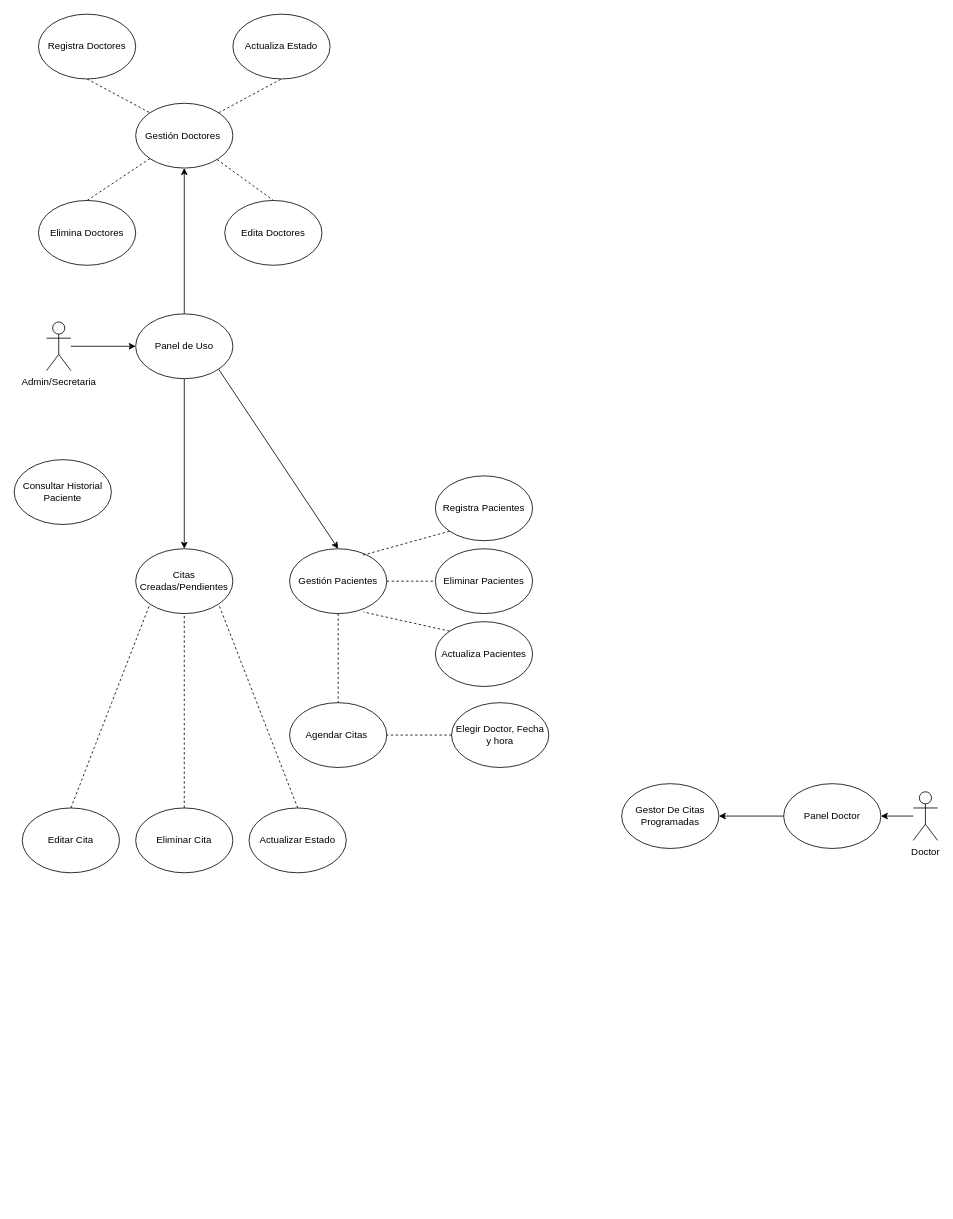
The draw.io diagram Diagrama-UML-Actors.drawio in Joseroberto19/Recursos, before the edit. Source tidied: cells renumbered, new cells numbered last; positions are measured from the earlier drawing's top-left corner, leaving out a move shared by most shapes. Both pictures are drawn from the tidied source at 81%, with x=0, y=0 at pixel (14, 14).
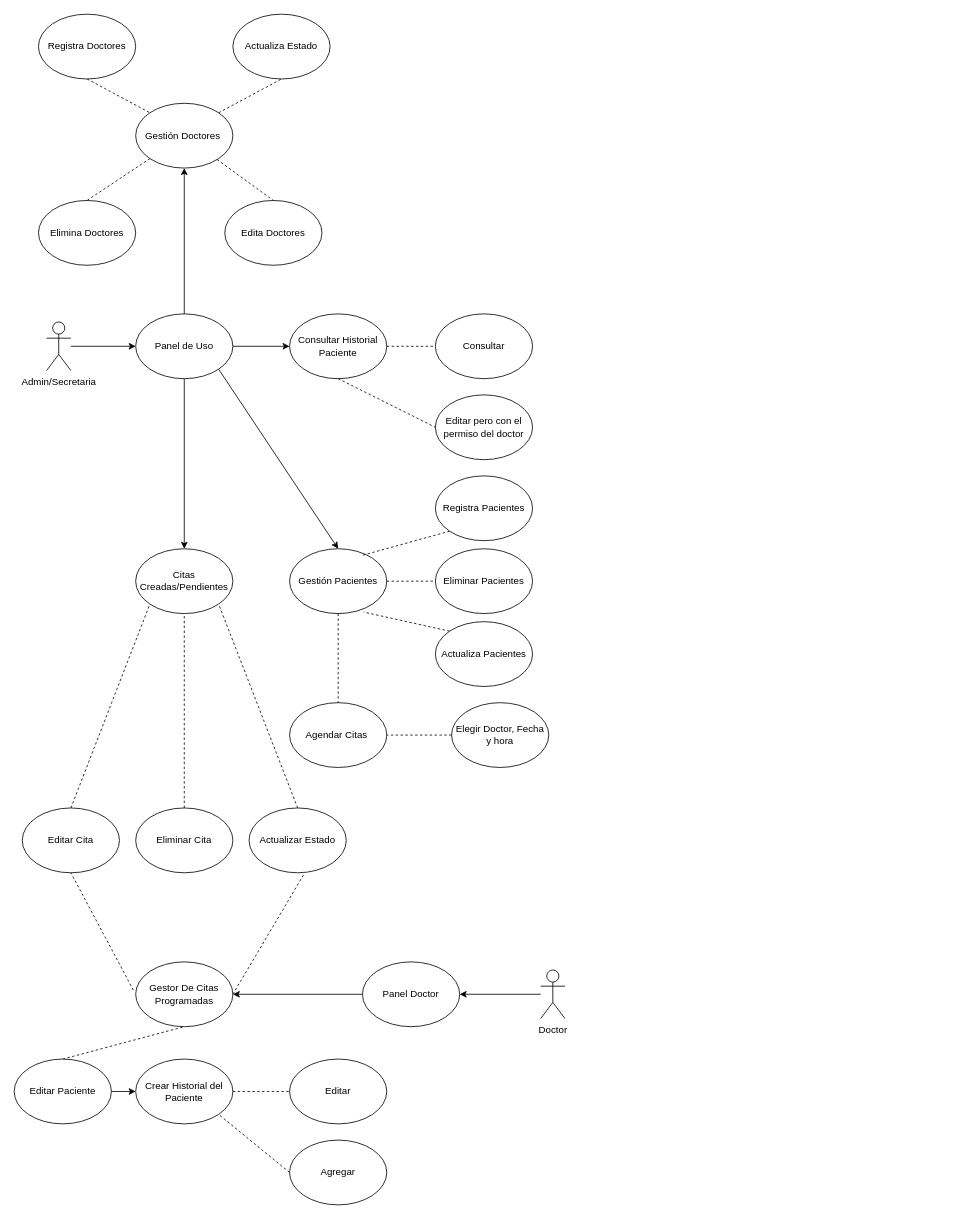
Above is the later version.

Unchanged cells that the change refers to:
```xml
<mxCell id="7" value="Panel de Uso" style="ellipse;whiteSpace=wrap;html=1;" parent="1" vertex="1">
  <mxGeometry x="150" y="370" width="120" height="80" as="geometry" />
</mxCell>
<mxCell id="32" value="Editar Cita" style="ellipse;whiteSpace=wrap;html=1;" parent="1" vertex="1">
  <mxGeometry x="10" y="980" width="120" height="80" as="geometry" />
</mxCell>
<mxCell id="39" value="Actualizar Estado" style="ellipse;whiteSpace=wrap;html=1;" parent="1" vertex="1">
  <mxGeometry x="290" y="980" width="120" height="80" as="geometry" />
</mxCell>
```

Change to the diagram source:
```diff
@@
+    <mxCell id="41" style="edgeStyle=orthogonalEdgeStyle;rounded=0;jettySize=auto;html=1;exitX=1;exitY=0.5;exitDx=0;exitDy=0;" parent="1" edge="1" source="7" target="40">
+      <mxGeometry relative="1" as="geometry" />
+    </mxCell>
@@
     <mxCell id="34" value="Doctor" style="shape=umlActor;verticalLabelPosition=bottom;verticalAlign=top;html=1;outlineConnect=0;" parent="1" vertex="1">
-      <mxGeometry x="1110" y="960" width="30" height="60" as="geometry" />
+      <mxGeometry x="650" y="1180" width="30" height="60" as="geometry" />
     </mxCell>
@@
     <mxCell id="36" value="Panel Doctor" style="ellipse;whiteSpace=wrap;html=1;" parent="1" vertex="1">
-      <mxGeometry x="950" y="950" width="120" height="80" as="geometry" />
+      <mxGeometry x="430" y="1170" width="120" height="80" as="geometry" />
     </mxCell>
     <mxCell id="37" value="Gestor De Citas Programadas" style="ellipse;whiteSpace=wrap;html=1;" parent="1" vertex="1">
-      <mxGeometry x="750" y="950" width="120" height="80" as="geometry" />
+      <mxGeometry x="150" y="1170" width="120" height="80" as="geometry" />
     </mxCell>
@@
     <mxCell id="40" value="Consultar Historial Paciente" style="ellipse;whiteSpace=wrap;html=1;" parent="1" vertex="1">
-      <mxGeometry y="550" width="120" height="80" as="geometry" />
+      <mxGeometry x="340" y="370" width="120" height="80" as="geometry" />
     </mxCell>
+    <mxCell id="42" value="Consultar" style="ellipse;whiteSpace=wrap;html=1;" parent="1" vertex="1">
+      <mxGeometry x="520" y="370" width="120" height="80" as="geometry" />
+    </mxCell>
+    <mxCell id="43" style="endArrow=none;dashed=1;html=1;rounded=0;exitX=1;exitY=0.5;exitDx=0;exitDy=0;" parent="1" edge="1" source="40" target="42">
+      <mxGeometry relative="1" as="geometry" />
+    </mxCell>
+    <mxCell id="44" value="Editar pero con el permiso del doctor" style="ellipse;whiteSpace=wrap;html=1;" parent="1" vertex="1">
+      <mxGeometry x="520" y="470" width="120" height="80" as="geometry" />
+    </mxCell>
+    <mxCell id="45" style="endArrow=none;dashed=1;html=1;rounded=0;exitX=0.5;exitY=1;exitDx=0;exitDy=0;entryX=0;entryY=0.5;entryDx=0;entryDy=0;" parent="1" edge="1" source="40" target="44">
+      <mxGeometry relative="1" as="geometry" />
+    </mxCell>
+    <mxCell id="46" style="endArrow=none;dashed=1;html=1;rounded=0;entryX=0.5;entryY=1;entryDx=0;entryDy=0;exitX=-0.024;exitY=0.436;exitDx=0;exitDy=0;exitPerimeter=0;" parent="1" edge="1" source="37" target="32">
+      <mxGeometry relative="1" as="geometry" />
+    </mxCell>
+    <mxCell id="47" style="endArrow=none;dashed=1;html=1;rounded=0;exitX=1;exitY=0.5;exitDx=0;exitDy=0;entryX=0.566;entryY=1.017;entryDx=0;entryDy=0;entryPerimeter=0;" parent="1" edge="1" source="37" target="39">
+      <mxGeometry relative="1" as="geometry" />
+    </mxCell>
+    <mxCell id="48" style="endArrow=none;dashed=1;html=1;rounded=0;entryX=0.5;entryY=1;entryDx=0;entryDy=0;exitX=0.5;exitY=0;exitDx=0;exitDy=0;" parent="1" edge="1" source="49" target="37">
+      <mxGeometry relative="1" as="geometry" />
+    </mxCell>
+    <mxCell id="49" value="Editar Paciente" style="ellipse;whiteSpace=wrap;html=1;" parent="1" vertex="1">
+      <mxGeometry y="1290" width="120" height="80" as="geometry" />
+    </mxCell>
+    <mxCell id="50" style="endArrow=classic;html=1;rounded=0;exitX=1;exitY=0.5;exitDx=0;exitDy=0;entryX=0;entryY=0.5;entryDx=0;entryDy=0;" parent="1" edge="1" source="49" target="51">
+      <mxGeometry relative="1" as="geometry" />
+    </mxCell>
+    <mxCell id="51" value="Crear Historial del Paciente" style="ellipse;whiteSpace=wrap;html=1;" parent="1" vertex="1">
+      <mxGeometry x="150" y="1290" width="120" height="80" as="geometry" />
+    </mxCell>
+    <mxCell id="52" style="endArrow=none;dashed=1;html=1;rounded=0;entryX=1;entryY=1;entryDx=0;entryDy=0;exitX=0;exitY=0.5;exitDx=0;exitDy=0;" parent="1" edge="1" source="53" target="51">
+      <mxGeometry relative="1" as="geometry" />
+    </mxCell>
+    <mxCell id="53" value="Agregar" style="ellipse;whiteSpace=wrap;html=1;" parent="1" vertex="1">
+      <mxGeometry x="340" y="1390" width="120" height="80" as="geometry" />
+    </mxCell>
+    <mxCell id="54" value="Editar" style="ellipse;whiteSpace=wrap;html=1;" parent="1" vertex="1">
+      <mxGeometry x="340" y="1290" width="120" height="80" as="geometry" />
+    </mxCell>
+    <mxCell id="55" style="endArrow=none;dashed=1;html=1;rounded=0;exitX=1;exitY=0.5;exitDx=0;exitDy=0;entryX=0;entryY=0.5;entryDx=0;entryDy=0;" parent="1" edge="1" source="51" target="54">
+      <mxGeometry relative="1" as="geometry" />
+    </mxCell>
```
